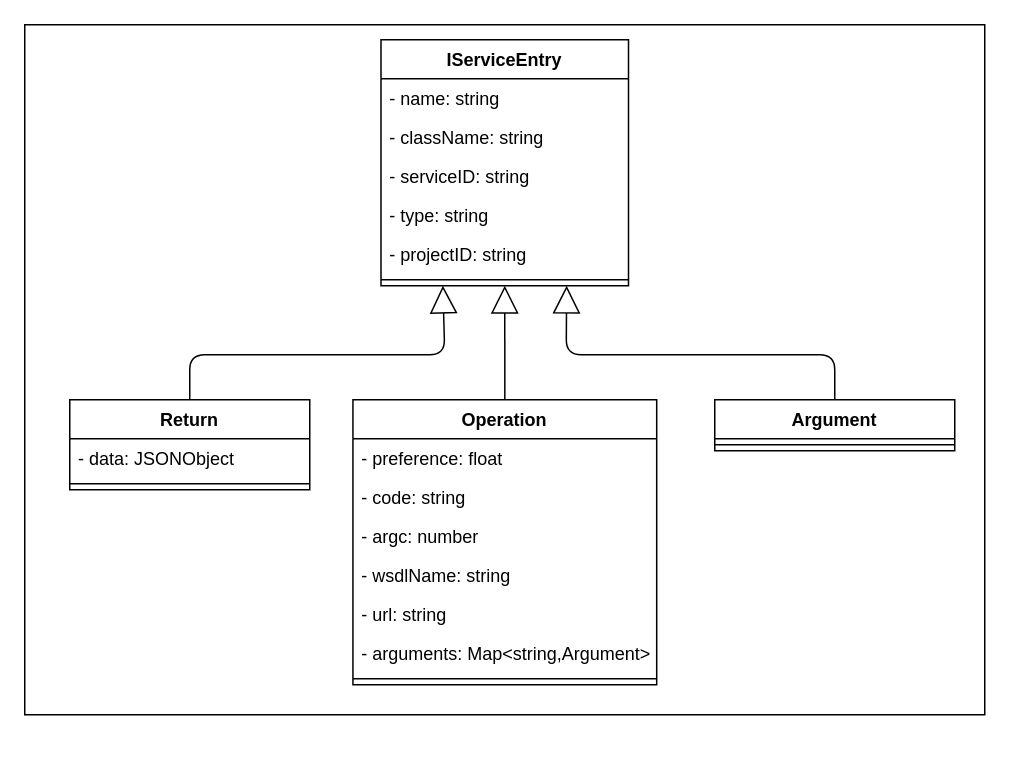
Earlier version of the draw.io diagram page "ServiceComponent" (2 of 2) of UI.drawio (MingHsuan0313/UI-Design-Client). Source tidied: cells renumbered, new cells numbered last; positions are measured from the earlier drawing's top-left corner, leaving out a move shared by most shapes. Both pictures are drawn from the tidied source at 150%, with x=0, y=0 at pixel (24, 24).
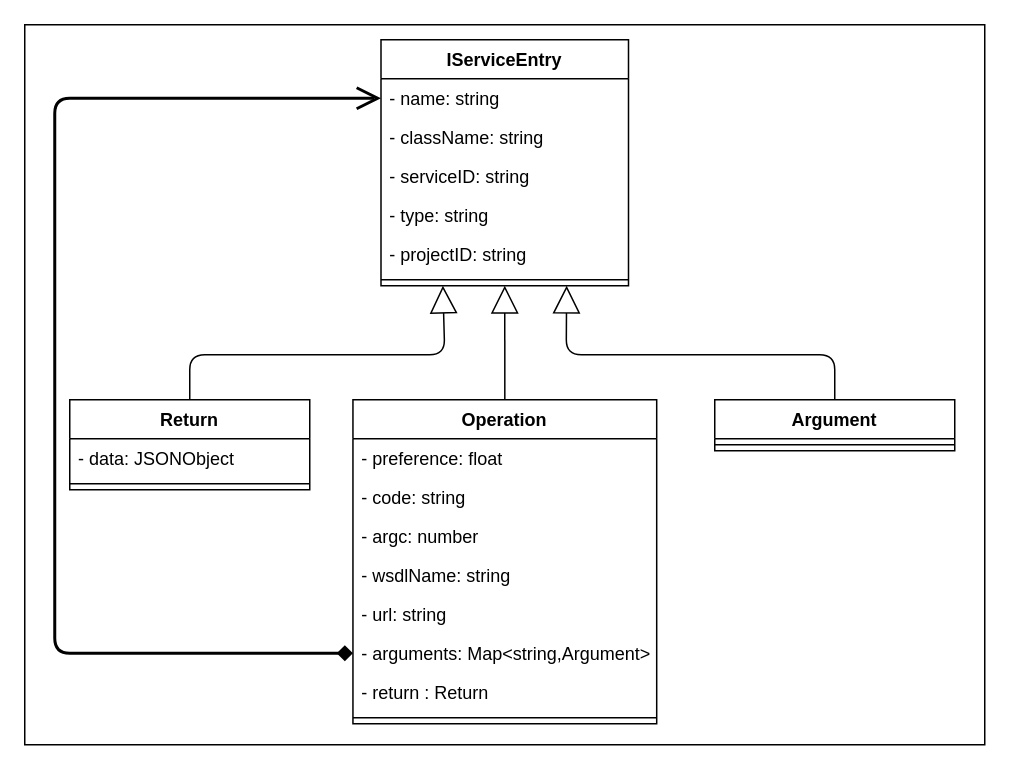
After the change.

The change refers to these unchanged cells:
```xml
<mxCell id="9" value="- name: string" style="text;strokeColor=none;fillColor=none;align=left;verticalAlign=top;spacingLeft=4;spacingRight=4;overflow=hidden;points=[[0,0.5],[1,0.5]];portConstraint=eastwest;" parent="8" vertex="1">
  <mxGeometry y="26" width="165" height="26" as="geometry" />
</mxCell>
<mxCell id="21" value="- arguments: Map&lt;string,Argument&gt;" style="text;strokeColor=none;fillColor=none;align=left;verticalAlign=top;spacingLeft=4;spacingRight=4;overflow=hidden;points=[[0,0.5],[1,0.5]];portConstraint=eastwest;" parent="15" vertex="1">
  <mxGeometry y="156" width="202.5" height="26" as="geometry" />
</mxCell>
```

Change to the diagram source:
```diff
@@
     <mxCell id="2" style="rounded=0;whiteSpace=wrap;html=1;" parent="1" vertex="1">
-      <mxGeometry width="640" height="460" as="geometry" />
+      <mxGeometry width="640" height="480" as="geometry" />
     </mxCell>
@@
     <mxCell id="15" value="Operation" style="swimlane;fontStyle=1;align=center;verticalAlign=top;horizontal=1;startSize=26;" parent="1" vertex="1">
-      <mxGeometry x="218.8" y="250" width="202.5" height="190" as="geometry" />
+      <mxGeometry x="218.8" y="250" width="202.5" height="216" as="geometry" />
     </mxCell>
@@
+    <mxCell id="26" value="- return : Return" style="text;strokeColor=none;fillColor=none;align=left;verticalAlign=top;spacingLeft=4;spacingRight=4;overflow=hidden;" parent="15" vertex="1">
+      <mxGeometry y="182" width="202.5" height="26" as="geometry" />
+    </mxCell>
     <mxCell id="22" style="line;strokeWidth=1;fillColor=none;align=left;verticalAlign=middle;spacingTop=-1;spacingLeft=3;spacingRight=3;labelPosition=right;" parent="15" vertex="1">
-      <mxGeometry y="182" width="202.5" height="8" as="geometry" />
+      <mxGeometry y="208" width="202.5" height="8" as="geometry" />
     </mxCell>
@@
+    <mxCell id="27" style="endArrow=open;endFill=1;endSize=12;html=1;exitX=0;exitY=0.5;exitDx=0;exitDy=0;entryX=0;entryY=0.5;entryDx=0;entryDy=0;startArrow=diamond;startFill=1;strokeWidth=2;" parent="1" edge="1" source="21" target="9">
+      <mxGeometry relative="1" as="geometry">
+        <Array as="points">
+          <mxPoint x="20" y="419" />
+          <mxPoint x="20" y="240" />
+          <mxPoint x="20" y="49" />
+        </Array>
+      </mxGeometry>
+    </mxCell>
```
